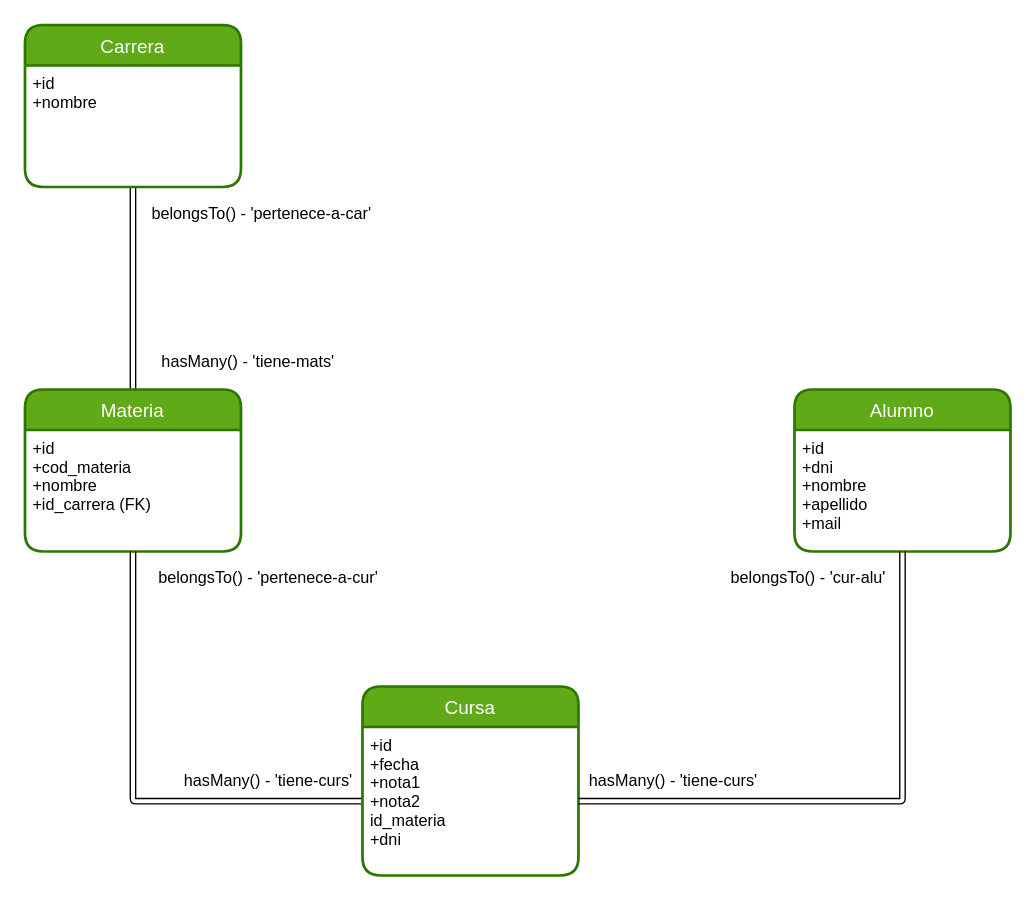
The draw.io diagram diagrama.drawio in Mondone/proyecto-unahur, before the edit. Source tidied: cells renumbered, new cells numbered last; positions are measured from the earlier drawing's top-left corner, leaving out a move shared by most shapes. Both pictures are drawn from the tidied source at 135%, with x=0, y=0 at pixel (24, 24).
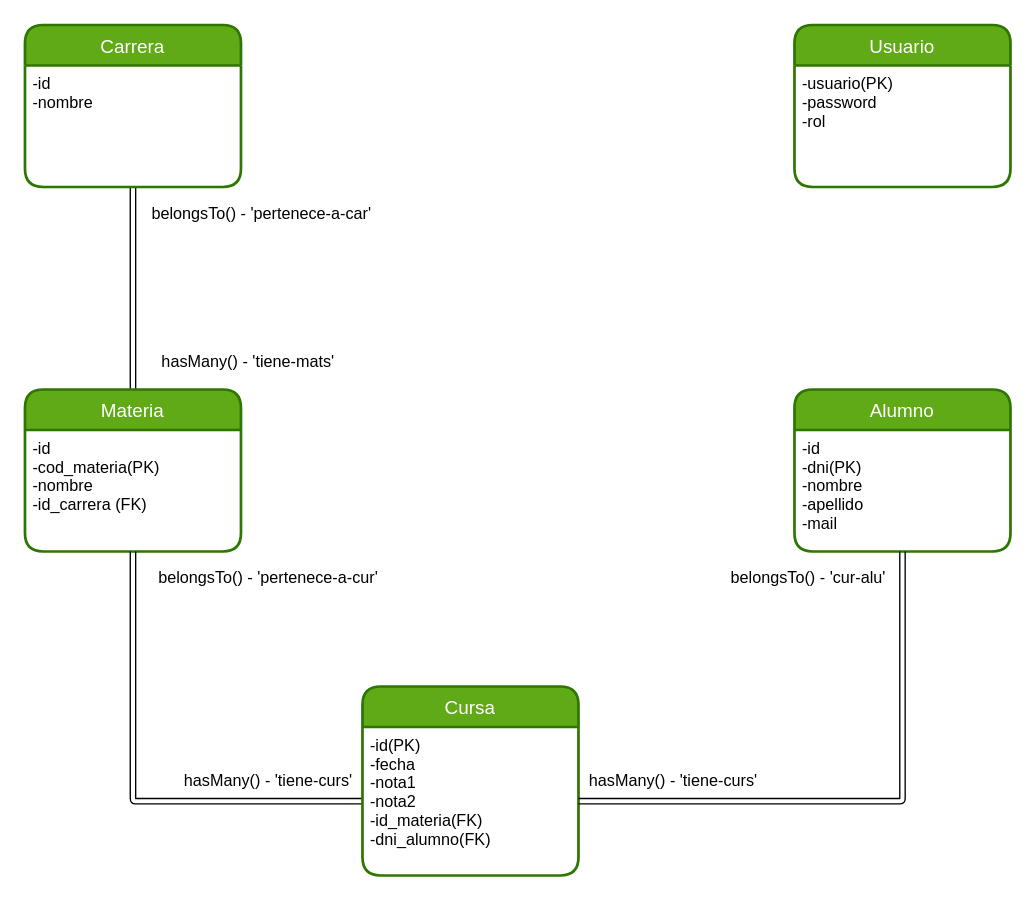
Above is the later version.

Commit message (it also covers changes not shown here):
Actualizacion Notas + Diagrama

Unchanged cells that the change refers to:
```xml
<mxCell id="3" value="Carrera" style="swimlane;horizontal=1;startSize=30;rounded=1;fontSize=14;fontStyle=0;strokeWidth=2;shadow=0;dashed=0;align=center;fillColor=#60a917;fontColor=#ffffff;strokeColor=#2D7600;gradientColor=none;swimlaneFillColor=default;" parent="1" vertex="1">
  <mxGeometry width="160" height="120" as="geometry" />
</mxCell>
<mxCell id="5" value="Materia" style="swimlane;horizontal=1;startSize=30;rounded=1;fontSize=14;fontStyle=0;strokeWidth=2;shadow=0;dashed=0;align=center;fillColor=#60a917;fontColor=#ffffff;strokeColor=#2D7600;swimlaneFillColor=default;" parent="1" vertex="1">
  <mxGeometry y="270" width="160" height="120" as="geometry" />
</mxCell>
<mxCell id="7" value="Alumno" style="swimlane;horizontal=1;startSize=30;rounded=1;fontSize=14;fontStyle=0;strokeWidth=2;shadow=0;dashed=0;align=center;fillColor=#60a917;fontColor=#ffffff;strokeColor=#2D7600;swimlaneFillColor=default;" parent="1" vertex="1">
  <mxGeometry x="570" y="270" width="160" height="120" as="geometry" />
</mxCell>
<mxCell id="10" value="Cursa" style="swimlane;horizontal=1;startSize=30;rounded=1;fontSize=14;fontStyle=0;strokeWidth=2;shadow=0;dashed=0;align=center;fillColor=#60a917;fontColor=#ffffff;strokeColor=#2D7600;swimlaneFillColor=default;" parent="1" vertex="1">
  <mxGeometry x="250" y="490" width="160" height="140" as="geometry" />
</mxCell>
```

Change to the diagram source:
```diff
@@
-    <mxCell id="4" value="+id&#10;+nombre" style="align=left;strokeColor=none;fillColor=none;spacingLeft=4;fontSize=12;verticalAlign=top;" parent="3" vertex="1">
+    <mxCell id="4" value="-id&#10;-nombre" style="align=left;strokeColor=none;fillColor=none;spacingLeft=4;fontSize=12;verticalAlign=top;" parent="3" vertex="1">
       <mxGeometry y="30" width="160" height="90" as="geometry" />
     </mxCell>
@@
-    <mxCell id="6" value="+id&#10;+cod_materia&#10;+nombre&#10;+id_carrera (FK)" style="align=left;strokeColor=none;fillColor=none;spacingLeft=4;fontSize=12;verticalAlign=top;" parent="5" vertex="1">
+    <mxCell id="6" value="-id&#10;-cod_materia(PK)&#10;-nombre&#10;-id_carrera (FK)" style="align=left;strokeColor=none;fillColor=none;spacingLeft=4;fontSize=12;verticalAlign=top;" parent="5" vertex="1">
       <mxGeometry y="30" width="160" height="90" as="geometry" />
     </mxCell>
@@
-    <mxCell id="8" value="+id&#10;+dni&#10;+nombre&#10;+apellido&#10;+mail" style="align=left;strokeColor=none;fillColor=none;spacingLeft=4;fontSize=12;verticalAlign=top;" parent="7" vertex="1">
+    <mxCell id="8" value="-id&#10;-dni(PK)&#10;-nombre&#10;-apellido&#10;-mail" style="align=left;strokeColor=none;fillColor=none;spacingLeft=4;fontSize=12;verticalAlign=top;" parent="7" vertex="1">
       <mxGeometry y="30" width="160" height="90" as="geometry" />
     </mxCell>
@@
-    <mxCell id="11" value="+id&#10;+fecha&#10;+nota1&#10;+nota2&#10;id_materia&#10;+dni" style="align=left;strokeColor=none;fillColor=none;spacingLeft=4;fontSize=12;verticalAlign=top;" parent="10" vertex="1">
+    <mxCell id="11" value="-id(PK)&#10;-fecha&#10;-nota1&#10;-nota2&#10;-id_materia(FK)&#10;-dni_alumno(FK)" style="align=left;strokeColor=none;fillColor=none;spacingLeft=4;fontSize=12;verticalAlign=top;" parent="10" vertex="1">
       <mxGeometry y="30" width="160" height="110" as="geometry" />
     </mxCell>
@@
+    <mxCell id="19" value="Usuario" style="swimlane;horizontal=1;startSize=30;rounded=1;fontSize=14;fontStyle=0;strokeWidth=2;shadow=0;dashed=0;align=center;fillColor=#60a917;fontColor=#ffffff;strokeColor=#2D7600;gradientColor=none;swimlaneFillColor=default;" parent="1" vertex="1">
+      <mxGeometry x="570" width="160" height="120" as="geometry" />
+    </mxCell>
+    <mxCell id="20" value="-usuario(PK)&#10;-password&#10;-rol" style="align=left;strokeColor=none;fillColor=none;spacingLeft=4;fontSize=12;verticalAlign=top;" parent="19" vertex="1">
+      <mxGeometry y="30" width="160" height="90" as="geometry" />
+    </mxCell>
```
